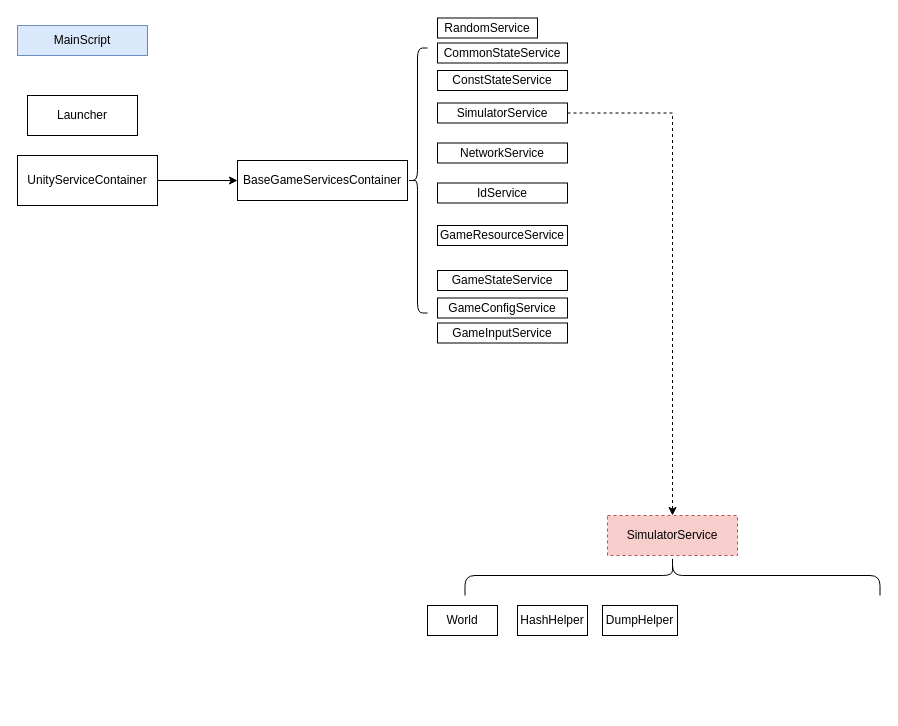
Above: 05.游戏编程/Rollback Design.drawio in BUGyyc/myMd (draw.io), before the change. Source tidied: cells renumbered, new cells numbered last; positions are measured from the earlier drawing's top-left corner, leaving out a move shared by most shapes. Both pictures are drawn from the tidied source at 100%, with x=0, y=0 at pixel (17, 17).
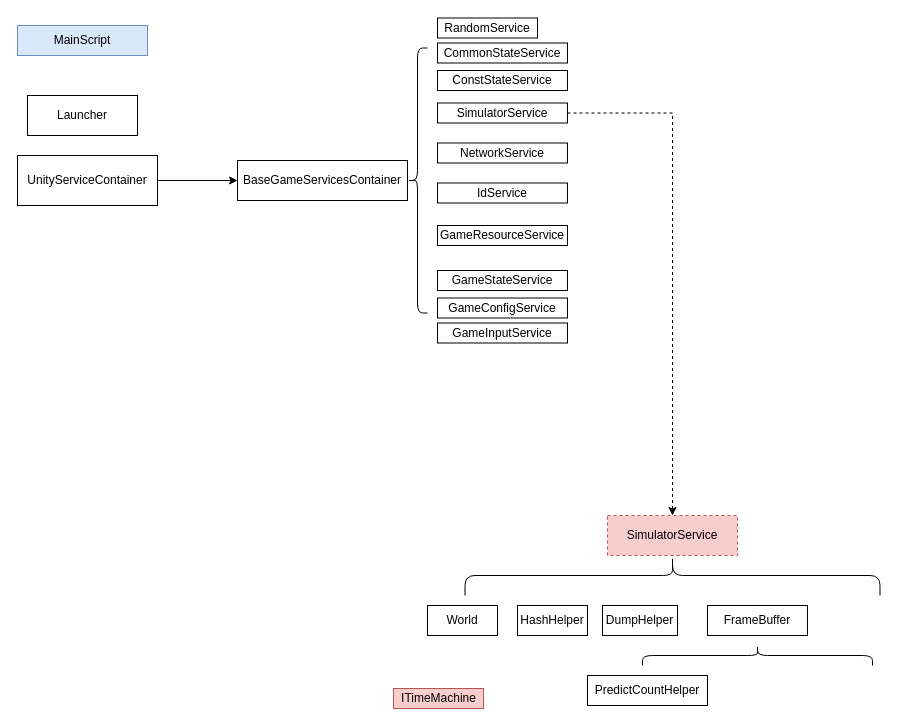
Above is the later version.

Diff of the diagram source:
```diff
@@
+    <mxCell id="24" value="FrameBuffer" style="rounded=0;whiteSpace=wrap;html=1;gradientColor=none;" parent="1" vertex="1">
+      <mxGeometry x="690" y="588" width="100" height="30" as="geometry" />
+    </mxCell>
+    <mxCell id="25" style="shape=curlyBracket;whiteSpace=wrap;html=1;rounded=1;gradientColor=none;direction=south;" parent="1" vertex="1">
+      <mxGeometry x="625" y="628" width="230" height="20" as="geometry" />
+    </mxCell>
+    <mxCell id="26" value="PredictCountHelper" style="rounded=0;whiteSpace=wrap;html=1;gradientColor=none;" parent="1" vertex="1">
+      <mxGeometry x="570" y="658" width="120" height="30" as="geometry" />
+    </mxCell>
+    <mxCell id="27" value="ITimeMachine" style="text;html=1;align=center;verticalAlign=top;spacingTop=-4;fillColor=#f8cecc;strokeColor=#b85450;" parent="1" vertex="1">
+      <mxGeometry x="376" y="671" width="90" height="20" as="geometry" />
+    </mxCell>
```
